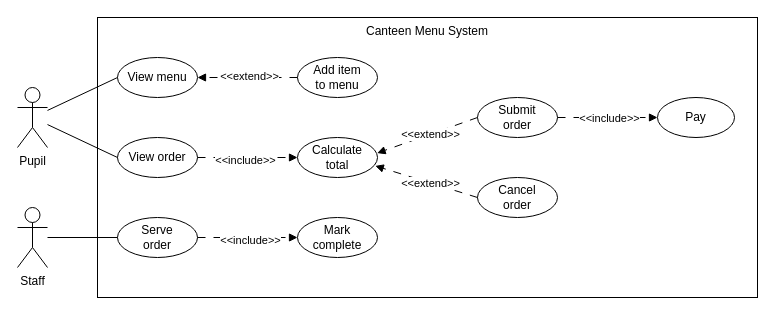
The draw.io diagram page "UseCase" (1 of 3) of ah-cs/sdd/AH-SDD-Canteen/assets/diagrams/AH-SDD-Canteen.drawio in MrFriendCS/MrFriendCS.github.io, before the edit. Source tidied: cells renumbered, new cells numbered last; positions are measured from the earlier drawing's top-left corner, leaving out a move shared by most shapes. Both pictures are drawn from the tidied source at 100%, with x=0, y=0 at pixel (17, 17).
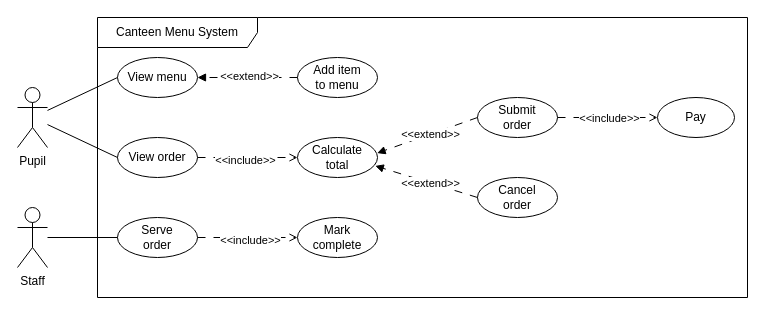
After the change.

Unchanged cells that the change refers to:
```xml
<mxCell id="7" value="View order" style="ellipse;whiteSpace=wrap;html=1;fillColor=none;" parent="1" vertex="1">
  <mxGeometry x="100" y="120" width="80" height="40" as="geometry" />
</mxCell>
<mxCell id="13" value="Calculate&lt;div&gt;total&lt;/div&gt;" style="ellipse;whiteSpace=wrap;html=1;fillColor=none;" parent="1" vertex="1">
  <mxGeometry x="280" y="120" width="80" height="40" as="geometry" />
</mxCell>
<mxCell id="18" value="Submit&lt;div&gt;order&lt;/div&gt;" style="ellipse;whiteSpace=wrap;html=1;fillColor=none;" parent="1" vertex="1">
  <mxGeometry x="460" y="80" width="80" height="40" as="geometry" />
</mxCell>
<mxCell id="19" value="Pay" style="ellipse;whiteSpace=wrap;html=1;fillColor=none;" parent="1" vertex="1">
  <mxGeometry x="640" y="80" width="77" height="40" as="geometry" />
</mxCell>
<mxCell id="26" value="Serve&lt;div&gt;order&lt;/div&gt;" style="ellipse;whiteSpace=wrap;html=1;fillColor=none;" parent="1" vertex="1">
  <mxGeometry x="100" y="200" width="80" height="40" as="geometry" />
</mxCell>
<mxCell id="28" value="Mark complete" style="ellipse;whiteSpace=wrap;html=1;fillColor=none;" parent="1" vertex="1">
  <mxGeometry x="280" y="200" width="80" height="40" as="geometry" />
</mxCell>
```

Change to the diagram source:
```diff
@@
-    <mxCell id="2" value="Canteen Menu System" style="rounded=0;whiteSpace=wrap;html=1;verticalAlign=top;fillColor=none;" parent="1" vertex="1">
-      <mxGeometry x="80" width="660" height="280" as="geometry" />
-    </mxCell>
@@
-    <mxCell id="5" style="edgeStyle=none;shape=connector;rounded=0;jettySize=auto;html=1;exitX=1;exitY=0.5;exitDx=0;exitDy=0;entryX=0;entryY=0.5;entryDx=0;entryDy=0;dashed=1;dashPattern=8 8;strokeColor=default;align=center;verticalAlign=middle;fontFamily=Helvetica;fontSize=11;fontColor=default;labelBackgroundColor=default;endArrow=block;endFill=1;" parent="1" edge="1" source="7" target="13">
+    <mxCell id="5" style="edgeStyle=none;shape=connector;rounded=0;jettySize=auto;html=1;exitX=1;exitY=0.5;exitDx=0;exitDy=0;entryX=0;entryY=0.5;entryDx=0;entryDy=0;dashed=1;dashPattern=8 8;strokeColor=default;align=center;verticalAlign=middle;fontFamily=Helvetica;fontSize=11;fontColor=default;labelBackgroundColor=default;endArrow=open;endFill=0;" parent="1" edge="1" source="7" target="13">
       <mxGeometry relative="1" as="geometry" />
     </mxCell>
@@
-    <mxCell id="16" style="edgeStyle=none;shape=connector;rounded=0;jettySize=auto;html=1;exitX=1;exitY=0.5;exitDx=0;exitDy=0;entryX=0;entryY=0.5;entryDx=0;entryDy=0;dashed=1;dashPattern=8 8;strokeColor=default;align=center;verticalAlign=middle;fontFamily=Helvetica;fontSize=11;fontColor=default;labelBackgroundColor=default;endArrow=block;endFill=1;" parent="1" edge="1" source="18" target="19">
+    <mxCell id="16" style="edgeStyle=none;shape=connector;rounded=0;jettySize=auto;html=1;exitX=1;exitY=0.5;exitDx=0;exitDy=0;entryX=0;entryY=0.5;entryDx=0;entryDy=0;dashed=1;dashPattern=8 8;strokeColor=default;align=center;verticalAlign=middle;fontFamily=Helvetica;fontSize=11;fontColor=default;labelBackgroundColor=default;endArrow=open;endFill=0;" parent="1" edge="1" source="18" target="19">
       <mxGeometry relative="1" as="geometry" />
     </mxCell>
@@
-    <mxCell id="24" style="edgeStyle=none;shape=connector;rounded=0;jettySize=auto;html=1;exitX=1;exitY=0.5;exitDx=0;exitDy=0;entryX=0;entryY=0.5;entryDx=0;entryDy=0;dashed=1;dashPattern=8 8;strokeColor=default;align=center;verticalAlign=middle;fontFamily=Helvetica;fontSize=11;fontColor=default;labelBackgroundColor=default;endArrow=block;endFill=1;" parent="1" edge="1" source="26" target="28">
+    <mxCell id="24" style="edgeStyle=none;shape=connector;rounded=0;jettySize=auto;html=1;exitX=1;exitY=0.5;exitDx=0;exitDy=0;entryX=0;entryY=0.5;entryDx=0;entryDy=0;dashed=1;dashPattern=8 8;strokeColor=default;align=center;verticalAlign=middle;fontFamily=Helvetica;fontSize=11;fontColor=default;labelBackgroundColor=default;endArrow=open;endFill=0;" parent="1" edge="1" source="26" target="28">
       <mxGeometry relative="1" as="geometry" />
     </mxCell>
@@
+    <mxCell id="2" value="Canteen Menu System" style="shape=umlFrame;whiteSpace=wrap;html=1;width=160;" parent="1" vertex="1">
+      <mxGeometry x="80" width="650" height="280" as="geometry" />
+    </mxCell>
```
